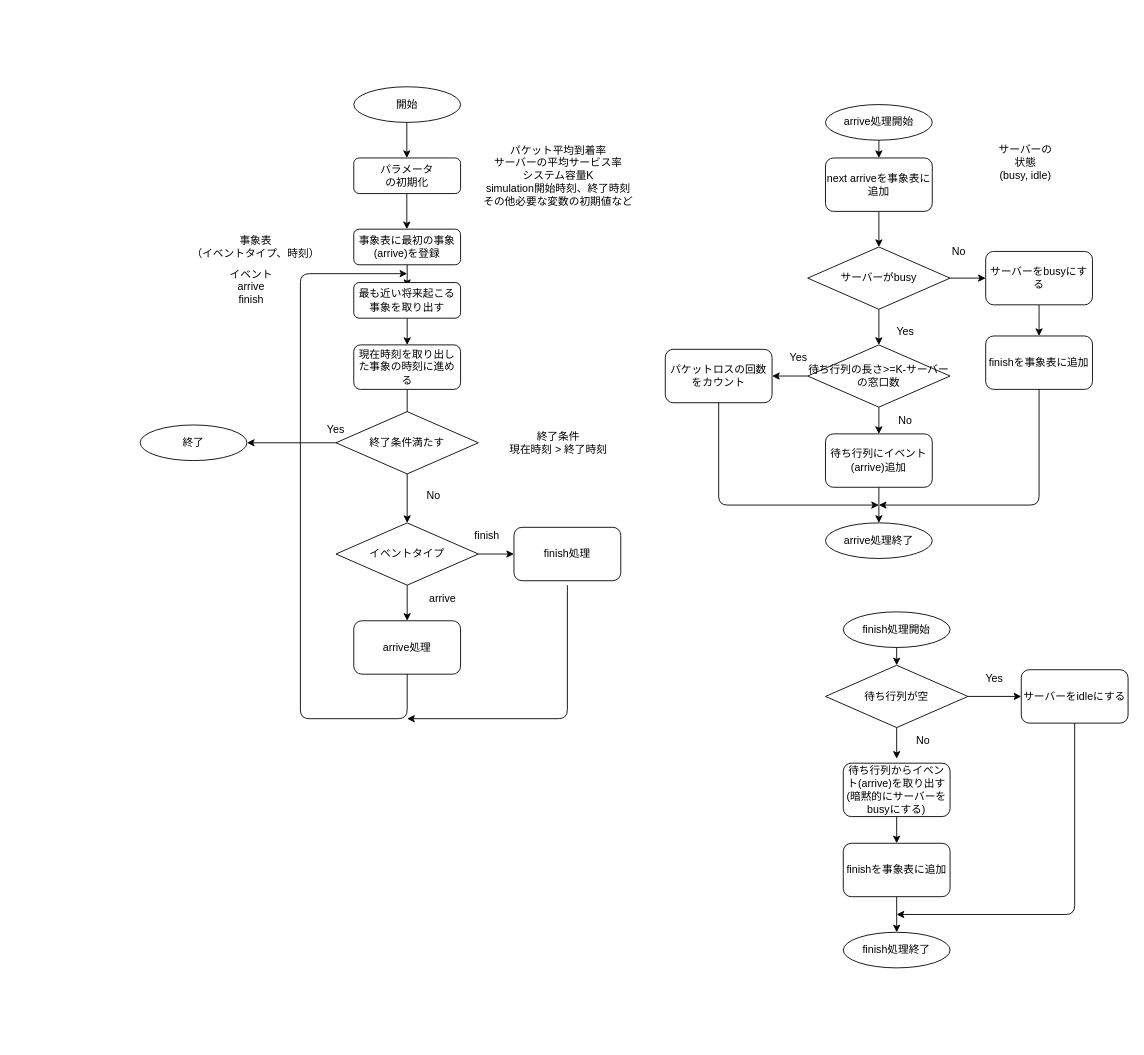
Before: flow.dio in yagikota/network_simulatiton, a draw.io diagram. Source tidied: cells renumbered, new cells numbered last; positions are measured from the earlier drawing's top-left corner, leaving out a move shared by most shapes. Both pictures are drawn from the tidied source at 89%, with x=0, y=0 at pixel (140, 86).
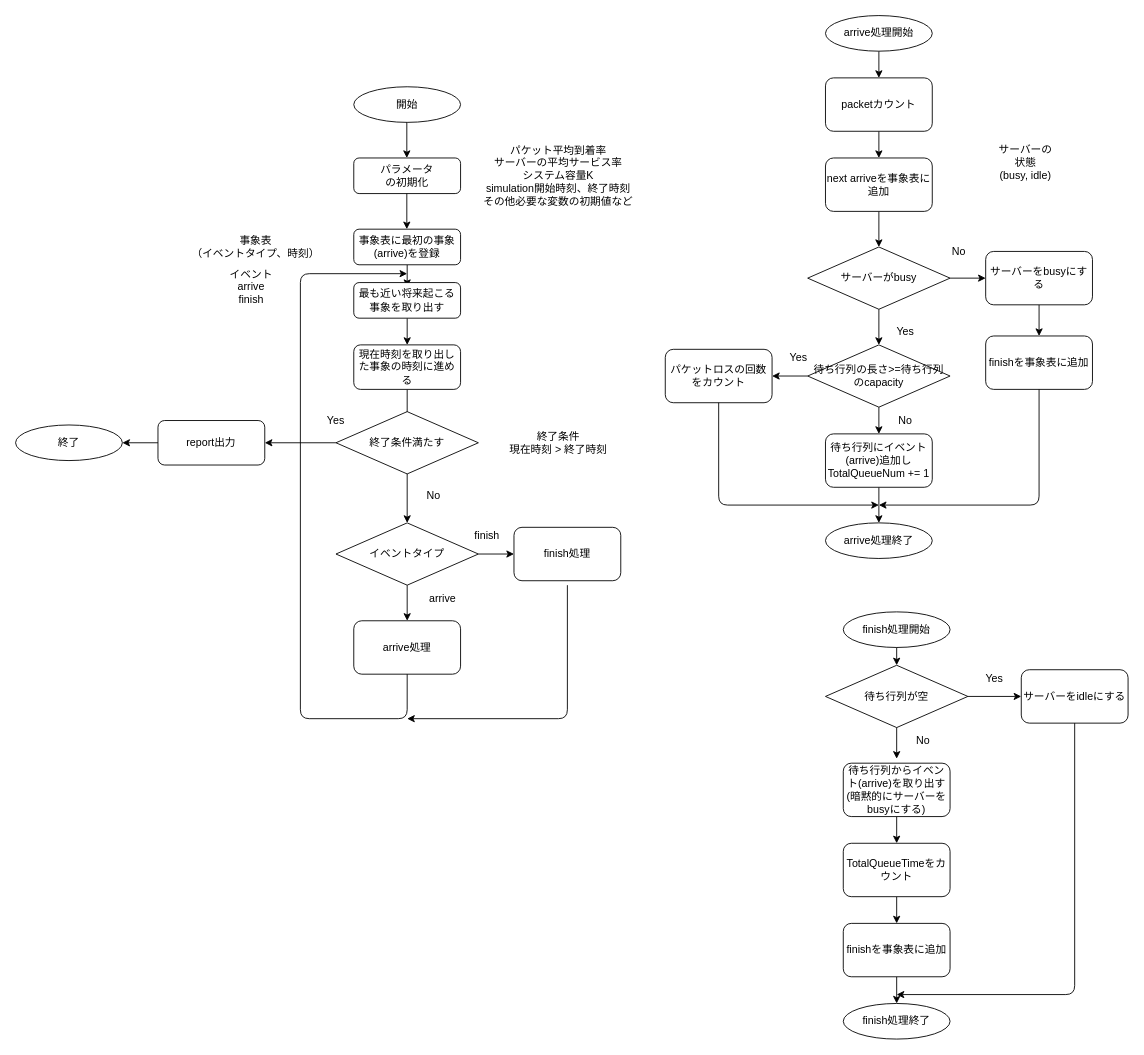
After the change.

Unchanged cells that the change refers to:
```xml
<mxCell id="55" value="サーバーをidleにする" style="rounded=1;whiteSpace=wrap;html=1;strokeColor=default;" parent="1" vertex="1">
  <mxGeometry x="990" y="655" width="120" height="60" as="geometry" />
</mxCell>
<mxCell id="65" value="終了条件満たす" style="rhombus;whiteSpace=wrap;html=1;strokeColor=default;" parent="1" vertex="1">
  <mxGeometry x="220" y="365" width="160" height="70" as="geometry" />
</mxCell>
```

Diff of the diagram source:
```diff
@@
     <mxCell id="6" value="終了" style="ellipse;whiteSpace=wrap;html=1;fillColor=none;" parent="1" vertex="1">
-      <mxGeometry y="380" width="120" height="40" as="geometry" />
+      <mxGeometry x="-140" y="380" width="120" height="40" as="geometry" />
     </mxCell>
@@
     <mxCell id="24" value="Yes" style="text;html=1;align=center;verticalAlign=middle;whiteSpace=wrap;rounded=0;strokeColor=none;" parent="1" vertex="1">
-      <mxGeometry x="190" y="370" width="60" height="30" as="geometry" />
+      <mxGeometry x="190" y="360" width="60" height="30" as="geometry" />
     </mxCell>
@@
-    <mxCell id="33" value="待ち行列の長さ&amp;gt;=K-サーバーの窓口数" style="rhombus;whiteSpace=wrap;html=1;strokeColor=default;" parent="1" vertex="1">
+    <mxCell id="33" value="待ち行列の長さ&amp;gt;=待ち行列のcapacity" style="rhombus;whiteSpace=wrap;html=1;strokeColor=default;" parent="1" vertex="1">
       <mxGeometry x="750" y="290" width="160" height="70" as="geometry" />
     </mxCell>
@@
-    <mxCell id="36" value="待ち行列にイベント(arrive)追加" style="rounded=1;whiteSpace=wrap;html=1;strokeColor=default;" parent="1" vertex="1">
+    <mxCell id="36" value="待ち行列にイベント(arrive)追加し&lt;br&gt;TotalQueueNum += 1" style="rounded=1;whiteSpace=wrap;html=1;strokeColor=default;" parent="1" vertex="1">
       <mxGeometry x="770" y="390" width="120" height="60" as="geometry" />
     </mxCell>
@@
+    <mxCell id="68" style="edgeStyle=none;html=1;" parent="1" edge="1" source="44" target="73">
+      <mxGeometry relative="1" as="geometry" />
+    </mxCell>
     <mxCell id="44" value="arrive処理開始" style="ellipse;whiteSpace=wrap;html=1;strokeColor=default;" parent="1" vertex="1">
-      <mxGeometry x="770" y="20" width="120" height="40" as="geometry" />
+      <mxGeometry x="770" y="-80" width="120" height="40" as="geometry" />
     </mxCell>
@@
     <mxCell id="58" value="finish処理終了" style="ellipse;whiteSpace=wrap;html=1;strokeColor=default;" parent="1" vertex="1">
-      <mxGeometry x="790" y="950" width="120" height="40" as="geometry" />
+      <mxGeometry x="790" y="1030" width="120" height="40" as="geometry" />
     </mxCell>
-    <mxCell id="59" style="edgeStyle=none;html=1;exitX=0.5;exitY=1;exitDx=0;exitDy=0;strokeColor=default;" parent="1" edge="1" source="60">
-      <mxGeometry relative="1" as="geometry">
-        <mxPoint x="850" y="950" as="targetPoint" />
-      </mxGeometry>
-    </mxCell>
+    <mxCell id="69" style="edgeStyle=none;html=1;" parent="1" edge="1" source="60" target="75">
+      <mxGeometry relative="1" as="geometry" />
+    </mxCell>
-    <mxCell id="60" value="finishを事象表に追加" style="rounded=1;whiteSpace=wrap;html=1;strokeColor=default;" parent="1" vertex="1">
+    <mxCell id="60" value="TotalQueueTimeをカウント" style="rounded=1;whiteSpace=wrap;html=1;strokeColor=default;" parent="1" vertex="1">
       <mxGeometry x="790" y="850" width="120" height="60" as="geometry" />
     </mxCell>
     <mxCell id="61" style="edgeStyle=none;html=1;exitX=0.5;exitY=1;exitDx=0;exitDy=0;strokeColor=default;" parent="1" edge="1" source="55">
       <mxGeometry relative="1" as="geometry">
-        <mxPoint x="850" y="930" as="targetPoint" />
+        <mxPoint x="850" y="1020" as="targetPoint" />
         <Array as="points">
-          <mxPoint x="1050" y="930" />
+          <mxPoint x="1050" y="1020" />
         </Array>
       </mxGeometry>
     </mxCell>
@@
-    <mxCell id="64" style="edgeStyle=none;html=1;strokeColor=default;" parent="1" edge="1" source="65" target="6">
-      <mxGeometry relative="1" as="geometry" />
-    </mxCell>
+    <mxCell id="70" style="edgeStyle=none;html=1;" parent="1" edge="1" source="65" target="72">
+      <mxGeometry relative="1" as="geometry" />
+    </mxCell>
@@
+    <mxCell id="71" style="edgeStyle=none;html=1;" parent="1" edge="1" source="72" target="6">
+      <mxGeometry relative="1" as="geometry" />
+    </mxCell>
+    <mxCell id="72" value="report出力" style="rounded=1;whiteSpace=wrap;html=1;strokeColor=default;" parent="1" vertex="1">
+      <mxGeometry x="20" y="375" width="120" height="50" as="geometry" />
+    </mxCell>
+    <mxCell id="73" value="packetカウント" style="rounded=1;whiteSpace=wrap;html=1;strokeColor=default;" parent="1" vertex="1">
+      <mxGeometry x="770" y="-10" width="120" height="60" as="geometry" />
+    </mxCell>
+    <mxCell id="74" style="edgeStyle=none;html=1;" parent="1" edge="1" source="75" target="58">
+      <mxGeometry relative="1" as="geometry" />
+    </mxCell>
+    <mxCell id="75" value="finishを事象表に追加" style="rounded=1;whiteSpace=wrap;html=1;strokeColor=default;" parent="1" vertex="1">
+      <mxGeometry x="790" y="940" width="120" height="60" as="geometry" />
+    </mxCell>
```
